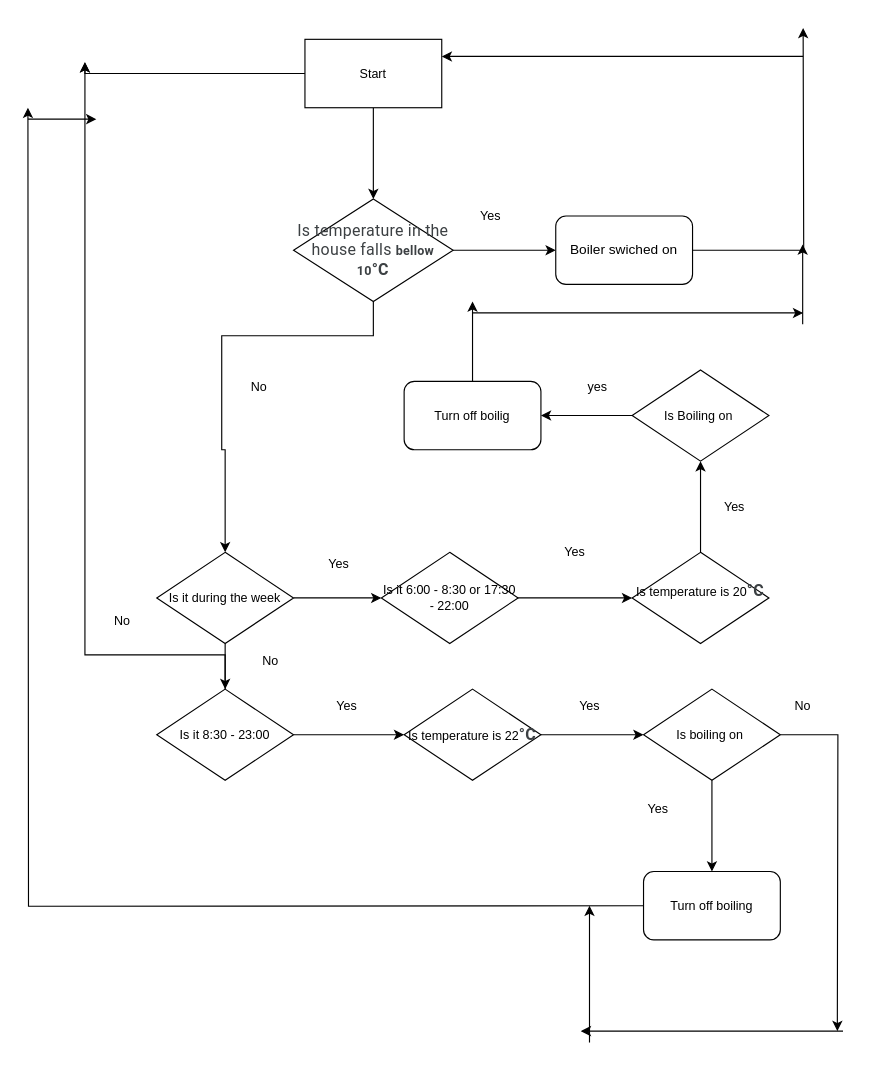
Above: Heating.drawio in Buunistheimposter/Natthachai-kun (draw.io), before the change. Source tidied: cells renumbered, new cells numbered last; positions are measured from the earlier drawing's top-left corner, leaving out a move shared by most shapes. Both pictures are drawn from the tidied source at 114%, with x=0, y=0 at pixel (27, 27).
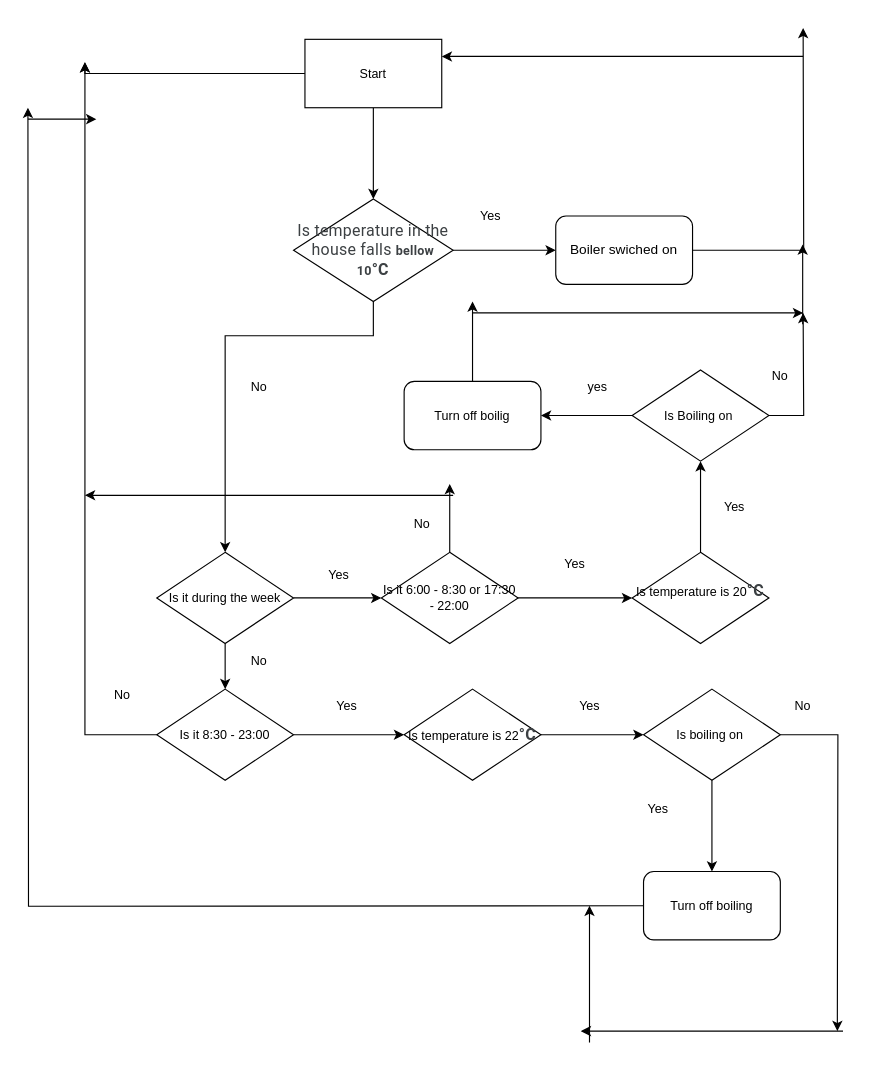
The same diagram, later.

The change refers to these unchanged cells:
```xml
<mxCell id="5" value="&lt;span style=&quot;color: rgb(60, 64, 67); font-family: Roboto, Arial, sans-serif; font-size: 14px; letter-spacing: 0.2px; text-align: left;&quot;&gt;Is temperature in the house falls &lt;/span&gt;&lt;span style=&quot;color: rgb(60, 64, 67); font-family: Roboto, Arial, sans-serif; letter-spacing: 0.2px; text-align: left;&quot;&gt;&lt;font style=&quot;font-size: 11px;&quot;&gt;&lt;b&gt;bellow 10&lt;/b&gt;&lt;/font&gt;&lt;/span&gt;&lt;b style=&quot;-webkit-tap-highlight-color: transparent; color: rgb(60, 64, 67); font-family: Roboto, Arial, sans-serif; font-size: 14px; letter-spacing: 0.2px; text-align: left;&quot;&gt;°C&lt;/b&gt;" style="rhombus;whiteSpace=wrap;html=1;" parent="1" vertex="1">
  <mxGeometry x="233" y="150" width="140" height="90" as="geometry" />
</mxCell>
<mxCell id="12" value="Is it during the week" style="rhombus;whiteSpace=wrap;html=1;fontSize=11;" parent="1" vertex="1">
  <mxGeometry x="113" y="460" width="120" height="80" as="geometry" />
</mxCell>
<mxCell id="14" value="Is it 6:00 - 8:30 or 17:30 - 22:00" style="rhombus;whiteSpace=wrap;html=1;fontSize=11;" parent="1" vertex="1">
  <mxGeometry x="310" y="460" width="120" height="80" as="geometry" />
</mxCell>
<mxCell id="17" value="Is it 8:30 - 23:00" style="rhombus;whiteSpace=wrap;html=1;fontSize=11;" parent="1" vertex="1">
  <mxGeometry x="113" y="580" width="120" height="80" as="geometry" />
</mxCell>
<mxCell id="41" value="Is Boiling on&amp;nbsp;" style="rhombus;whiteSpace=wrap;html=1;fontSize=11;" parent="1" vertex="1">
  <mxGeometry x="530" y="300" width="120" height="80" as="geometry" />
</mxCell>
```

Change to the diagram source:
```diff
@@
     <mxCell id="4" style="edgeStyle=orthogonalEdgeStyle;rounded=0;jettySize=auto;html=1;fontSize=11;" parent="1" edge="1" source="5" target="12">
       <mxGeometry relative="1" as="geometry">
         <Array as="points">
           <mxPoint x="303" y="270" />
-          <mxPoint x="170" y="270" />
-          <mxPoint x="170" y="370" />
-          <mxPoint x="173" y="370" />
+          <mxPoint x="173" y="270" />
         </Array>
       </mxGeometry>
     </mxCell>
@@
+    <mxCell id="50" style="edgeStyle=orthogonalEdgeStyle;rounded=0;jettySize=auto;html=1;fontSize=11;" parent="1" edge="1" source="14">
+      <mxGeometry relative="1" as="geometry">
+        <mxPoint x="370" y="400" as="targetPoint" />
+      </mxGeometry>
+    </mxCell>
@@
     <mxCell id="16" style="edgeStyle=orthogonalEdgeStyle;rounded=0;jettySize=auto;html=1;fontSize=11;" parent="1" edge="1" source="17">
       <mxGeometry relative="1" as="geometry">
         <mxPoint x="50" y="30" as="targetPoint" />
         <Array as="points">
-          <mxPoint x="50" y="550" />
+          <mxPoint x="50" y="620" />
         </Array>
       </mxGeometry>
     </mxCell>
@@
     <mxCell id="18" value="No" style="text;html=1;strokeColor=none;fillColor=none;align=center;verticalAlign=middle;whiteSpace=wrap;rounded=0;fontSize=11;" parent="1" vertex="1">
-      <mxGeometry x="183" y="540" width="60" height="30" as="geometry" />
+      <mxGeometry x="173" y="540" width="60" height="30" as="geometry" />
     </mxCell>
     <mxCell id="19" value="Yes" style="text;html=1;strokeColor=none;fillColor=none;align=center;verticalAlign=middle;whiteSpace=wrap;rounded=0;fontSize=11;" parent="1" vertex="1">
-      <mxGeometry x="243" y="460" width="60" height="20" as="geometry" />
+      <mxGeometry x="243" y="470" width="60" height="20" as="geometry" />
     </mxCell>
@@
     <mxCell id="28" value="Yes" style="text;html=1;strokeColor=none;fillColor=none;align=center;verticalAlign=middle;whiteSpace=wrap;rounded=0;fontSize=11;" parent="1" vertex="1">
-      <mxGeometry x="450" y="450" width="60" height="20" as="geometry" />
+      <mxGeometry x="450" y="460" width="60" height="20" as="geometry" />
     </mxCell>
     <mxCell id="29" value="No" style="text;html=1;strokeColor=none;fillColor=none;align=center;verticalAlign=middle;whiteSpace=wrap;rounded=0;fontSize=11;" parent="1" vertex="1">
-      <mxGeometry x="53" y="505" width="60" height="30" as="geometry" />
+      <mxGeometry x="53" y="570" width="60" height="30" as="geometry" />
     </mxCell>
@@
+    <mxCell id="51" style="edgeStyle=orthogonalEdgeStyle;rounded=0;jettySize=auto;html=1;fontSize=11;" parent="1" edge="1" source="41">
+      <mxGeometry relative="1" as="geometry">
+        <mxPoint x="680" y="250" as="targetPoint" />
+      </mxGeometry>
+    </mxCell>
@@
+    <mxCell id="52" style="endArrow=classic;html=1;rounded=0;fontSize=11;" parent="1" edge="1">
+      <mxGeometry relative="1" as="geometry">
+        <mxPoint x="373" y="410" as="sourcePoint" />
+        <mxPoint x="50" y="410" as="targetPoint" />
+      </mxGeometry>
+    </mxCell>
+    <mxCell id="53" value="No" style="text;html=1;strokeColor=none;fillColor=none;align=center;verticalAlign=middle;whiteSpace=wrap;rounded=0;fontSize=11;" parent="1" vertex="1">
+      <mxGeometry x="316" y="420" width="60" height="30" as="geometry" />
+    </mxCell>
+    <mxCell id="54" value="No" style="text;html=1;strokeColor=none;fillColor=none;align=center;verticalAlign=middle;whiteSpace=wrap;rounded=0;fontSize=11;" parent="1" vertex="1">
+      <mxGeometry x="630" y="290" width="60" height="30" as="geometry" />
+    </mxCell>
```
